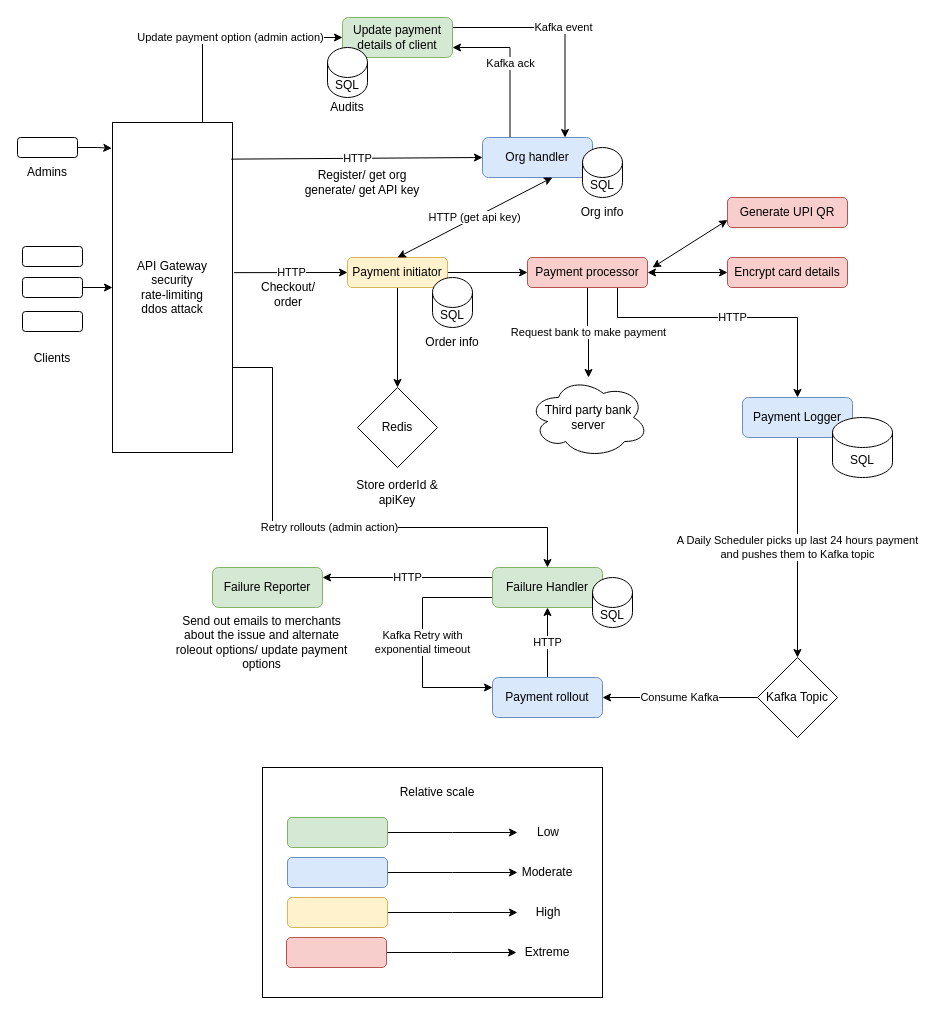
Earlier version of the draw.io diagram razorpay/razorpay.drawio (harirehm/draw.io). Source tidied: cells renumbered, new cells numbered last; positions are measured from the earlier drawing's top-left corner, leaving out a move shared by most shapes. Both pictures are drawn from the tidied source at 100%, with x=0, y=0 at pixel (17, 17).
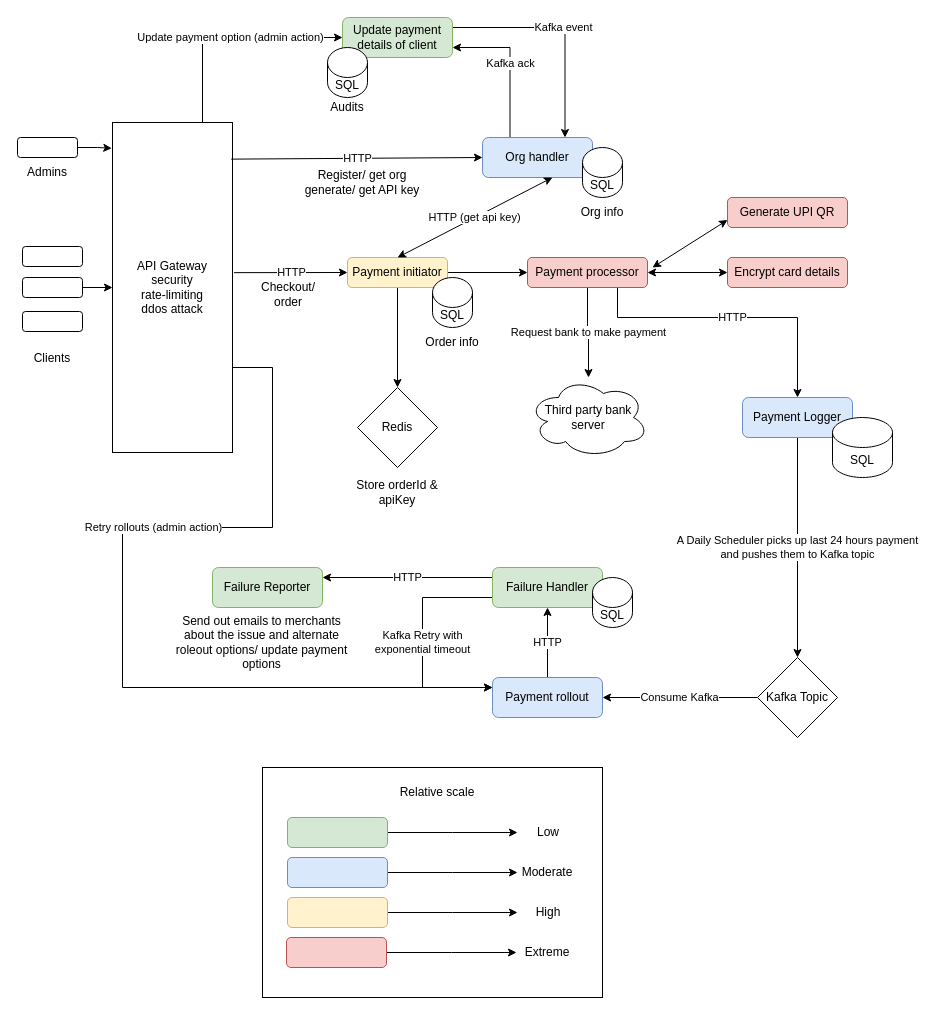
The same page after the edit.

The change refers to these unchanged cells:
```xml
<mxCell id="9" value="API Gateway&lt;div&gt;security&lt;/div&gt;&lt;div&gt;rate-limiting&lt;/div&gt;&lt;div&gt;ddos attack&lt;/div&gt;" style="rounded=0;whiteSpace=wrap;html=1;" parent="1" vertex="1">
  <mxGeometry x="95" y="105" width="120" height="330" as="geometry" />
</mxCell>
<mxCell id="51" value="Payment rollout" style="rounded=1;whiteSpace=wrap;html=1;fillColor=#dae8fc;strokeColor=#6c8ebf;" parent="1" vertex="1">
  <mxGeometry x="475" y="660" width="110" height="40" as="geometry" />
</mxCell>
<mxCell id="54" value="Failure Handler" style="rounded=1;whiteSpace=wrap;html=1;fillColor=#d5e8d4;strokeColor=#82b366;" parent="1" vertex="1">
  <mxGeometry x="475" y="550" width="110" height="40" as="geometry" />
</mxCell>
```

Change to the diagram source:
```diff
@@
-    <mxCell id="7" value="Retry rollouts (admin action)" style="edgeStyle=orthogonalEdgeStyle;rounded=0;jettySize=auto;html=1;exitX=1;exitY=0.75;exitDx=0;exitDy=0;" parent="1" edge="1" source="9" target="54">
-      <mxGeometry relative="1" as="geometry">
+    <mxCell id="7" value="Retry rollouts (admin action)" style="edgeStyle=orthogonalEdgeStyle;rounded=0;jettySize=auto;html=1;exitX=1;exitY=0.75;exitDx=0;exitDy=0;entryX=0;entryY=0.25;entryDx=0;entryDy=0;" parent="1" edge="1" source="9" target="51">
+      <mxGeometry x="-0.27" relative="1" as="geometry">
         <Array as="points">
           <mxPoint x="215" y="350" />
           <mxPoint x="255" y="350" />
           <mxPoint x="255" y="510" />
-          <mxPoint x="530" y="510" />
+          <mxPoint x="105" y="510" />
+          <mxPoint x="105" y="670" />
         </Array>
       </mxGeometry>
     </mxCell>
```
